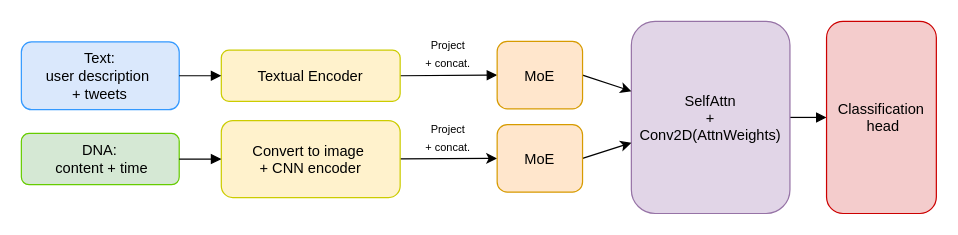
Above: figures/raw/moe_model_diagram copy.drawio in HzaRashid/BattleBotsDetector (draw.io), before the change. Source tidied: cells renumbered, new cells numbered last; positions are measured from the earlier drawing's top-left corner, leaving out a move shared by most shapes. Both pictures are drawn from the tidied source at 122%, with x=0, y=0 at pixel (21, 21).
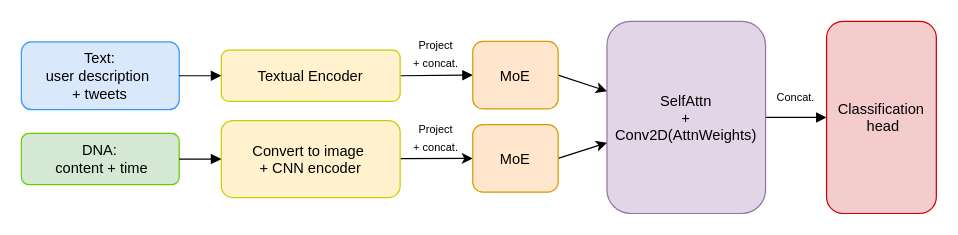
The same page after the edit.

The edit, as a diff of the source:
```diff
@@
 <mxGraphModel>
   <root>
     <mxCell id="0" />
     <mxCell id="1" parent="0" />
     <mxCell id="2" value="Text: &lt;br&gt;user description&amp;nbsp;&lt;br&gt;+ tweets" style="rounded=1;whiteSpace=wrap;html=1;fillColor=#DAE8FC;strokeColor=#3399FF;" parent="1" vertex="1">
       <mxGeometry y="16.8" width="129.4" height="55.6" as="geometry" />
     </mxCell>
     <mxCell id="3" value="DNA:&lt;br&gt;&amp;nbsp;content + time" style="rounded=1;whiteSpace=wrap;html=1;fillColor=#d5e8d4;strokeColor=#66CC00;" parent="1" vertex="1">
       <mxGeometry y="91.9" width="129.4" height="42" as="geometry" />
     </mxCell>
     <mxCell id="4" style="edgeStyle=none;html=1;exitX=1;exitY=0.5;exitDx=0;exitDy=0;entryX=0;entryY=0.5;entryDx=0;entryDy=0;endArrow=block;endFill=1;" parent="1" edge="1" source="5" target="18">
       <mxGeometry relative="1" as="geometry" />
     </mxCell>
     <mxCell id="5" value="Textual Encoder" style="rounded=1;fillColor=#fff2cc;strokeColor=#CCCC00;" parent="1" vertex="1">
       <mxGeometry x="163.9" y="23.6" width="146.6" height="42" as="geometry" />
     </mxCell>
     <mxCell id="6" style="edgeStyle=none;html=1;entryX=0;entryY=0.5;entryDx=0;entryDy=0;" parent="1" edge="1" source="7" target="16">
       <mxGeometry relative="1" as="geometry" />
     </mxCell>
     <mxCell id="7" value="Convert to image &#10;+ CNN encoder" style="rounded=1;fillColor=#fff2cc;strokeColor=#CCCC00;" parent="1" vertex="1">
       <mxGeometry x="163.9" y="81.4" width="146.6" height="63" as="geometry" />
     </mxCell>
     <mxCell id="8" style="edgeStyle=orthogonalEdgeStyle;rounded=0;jettySize=auto;html=1;exitX=1;exitY=0.5;exitDx=0;exitDy=0;entryX=0;entryY=0.5;entryDx=0;entryDy=0;endArrow=block;endFill=1;" parent="1" edge="1" source="9" target="11">
       <mxGeometry relative="1" as="geometry" />
     </mxCell>
     <mxCell id="9" value="SelfAttn&#10;+&#10;Conv2D(AttnWeights)" style="rounded=1;fillColor=#e1d5e7;strokeColor=#9673a6;" parent="1" vertex="1">
-      <mxGeometry x="500" width="130" height="157.5" as="geometry" />
+      <mxGeometry x="480" width="130" height="157.5" as="geometry" />
     </mxCell>
     <mxCell id="10" style="endArrow=block;" parent="1" edge="1" source="2" target="5">
       <mxGeometry relative="1" as="geometry" />
     </mxCell>
     <mxCell id="11" value="Classification&#10; head" style="rounded=1;fillColor=#f4cccc;strokeColor=#CC0000;" parent="1" vertex="1">
       <mxGeometry x="660" width="90" height="157.5" as="geometry" />
     </mxCell>
     <mxCell id="12" style="endArrow=block;entryX=0;entryY=0.5;entryDx=0;entryDy=0;exitX=1;exitY=0.5;exitDx=0;exitDy=0;" parent="1" edge="1" source="3" target="7">
       <mxGeometry relative="1" as="geometry" />
     </mxCell>
     <mxCell id="13" value="&lt;font style=&quot;font-size: 9px;&quot;&gt;Project&lt;br&gt;+ concat.&lt;/font&gt;" style="rounded=0;whiteSpace=wrap;html=1;fillColor=none;strokeColor=none;" parent="1" vertex="1">
-      <mxGeometry x="330" y="16.4" width="40" height="20" as="geometry" />
+      <mxGeometry x="320" y="16.4" width="40" height="20" as="geometry" />
     </mxCell>
     <mxCell id="14" style="edgeStyle=none;html=1;exitX=1;exitY=0.5;exitDx=0;exitDy=0;" parent="1" edge="1" source="18" target="9">
       <mxGeometry relative="1" as="geometry" />
     </mxCell>
     <mxCell id="15" style="edgeStyle=none;html=1;exitX=1;exitY=0.5;exitDx=0;exitDy=0;" parent="1" edge="1" source="16" target="9">
       <mxGeometry relative="1" as="geometry" />
     </mxCell>
     <mxCell id="16" value="MoE" style="rounded=1;fillColor=#ffe6cc;strokeColor=#d79b00;" parent="1" vertex="1">
-      <mxGeometry x="390" y="84.7" width="70" height="55.3" as="geometry" />
+      <mxGeometry x="370" y="84.7" width="70" height="55.3" as="geometry" />
     </mxCell>
     <mxCell id="17" value="&lt;font style=&quot;font-size: 9px;&quot;&gt;Project&lt;br&gt;+ concat.&lt;/font&gt;" style="rounded=0;whiteSpace=wrap;html=1;fillColor=none;strokeColor=none;" parent="1" vertex="1">
-      <mxGeometry x="330" y="84.7" width="40" height="20" as="geometry" />
+      <mxGeometry x="320" y="84.7" width="40" height="20" as="geometry" />
     </mxCell>
     <mxCell id="18" value="MoE" style="rounded=1;fillColor=#ffe6cc;strokeColor=#d79b00;" parent="1" vertex="1">
-      <mxGeometry x="390" y="16.4" width="70" height="55.3" as="geometry" />
+      <mxGeometry x="370" y="16.4" width="70" height="55.3" as="geometry" />
     </mxCell>
+    <mxCell id="19" value="&lt;font style=&quot;font-size: 9px;&quot;&gt;Concat.&lt;/font&gt;" style="rounded=0;whiteSpace=wrap;html=1;fillColor=none;strokeColor=none;" parent="1" vertex="1">
+      <mxGeometry x="620" y="51.8" width="30" height="20" as="geometry" />
+    </mxCell>
   </root>
 </mxGraphModel>
```
